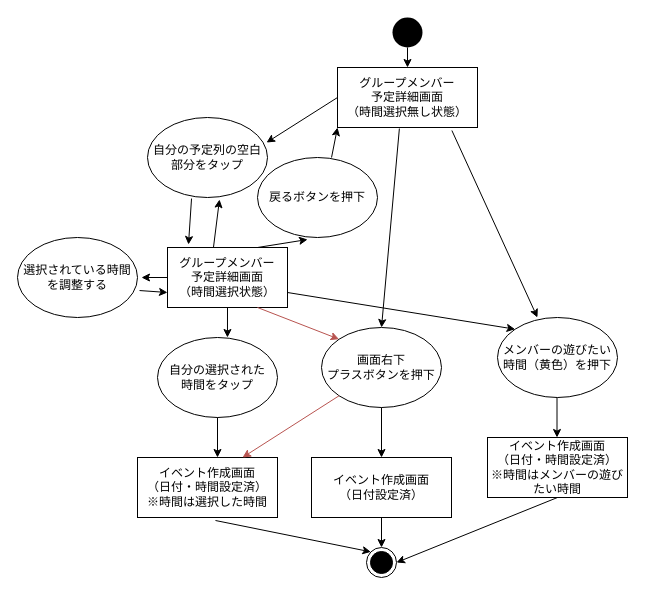
The draw.io diagram makeGroupEvent.drawio in kotatsu828/UML, before the edit. Source tidied: cells renumbered, new cells numbered last; positions are measured from the earlier drawing's top-left corner, leaving out a move shared by most shapes. Both pictures are drawn from the tidied source at 100%, with x=0, y=0 at pixel (17, 17).
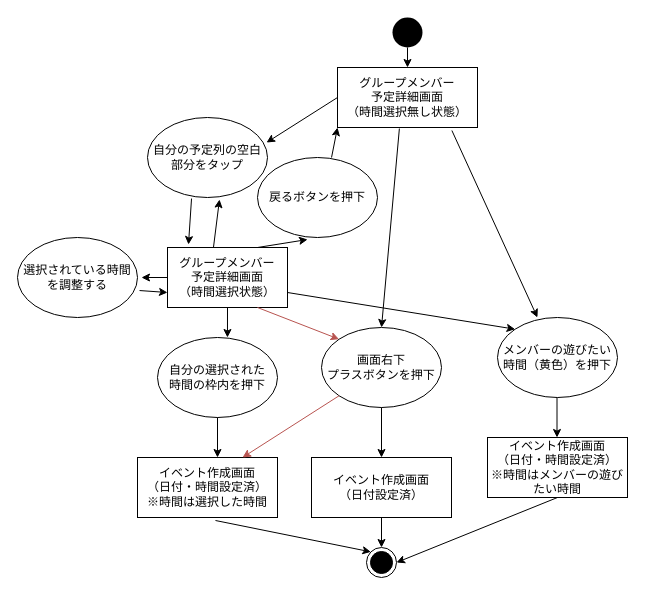
Above is the later version.

Change to the diagram source:
```diff
@@
-    <mxCell id="4" value="自分の選択された&lt;br&gt;時間をタップ" style="ellipse;whiteSpace=wrap;html=1;" parent="1" vertex="1">
+    <mxCell id="4" value="自分の選択された&lt;br&gt;時間の枠内を押下" style="ellipse;whiteSpace=wrap;html=1;" parent="1" vertex="1">
       <mxGeometry x="140" y="320" width="120" height="80" as="geometry" />
     </mxCell>
```
